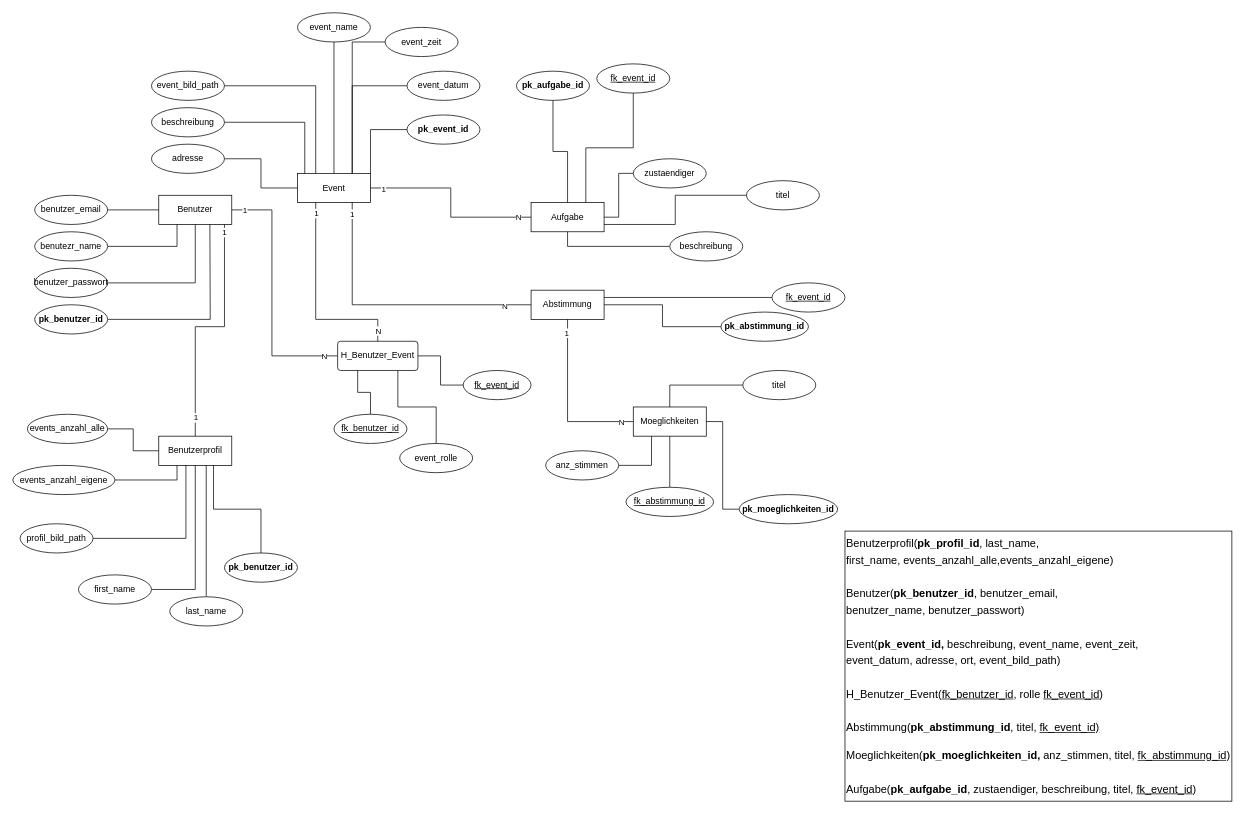
This is page "ER-Modell" (1 of 2) of Diagramme.drawio from olisonsturm/eventplaner, a draw.io file, before an edit. Source tidied: cells renumbered, new cells numbered last; positions are measured from the earlier drawing's top-left corner, leaving out a move shared by most shapes. Both pictures are drawn from the tidied source at 73%, with x=0, y=0 at pixel (12, 12).
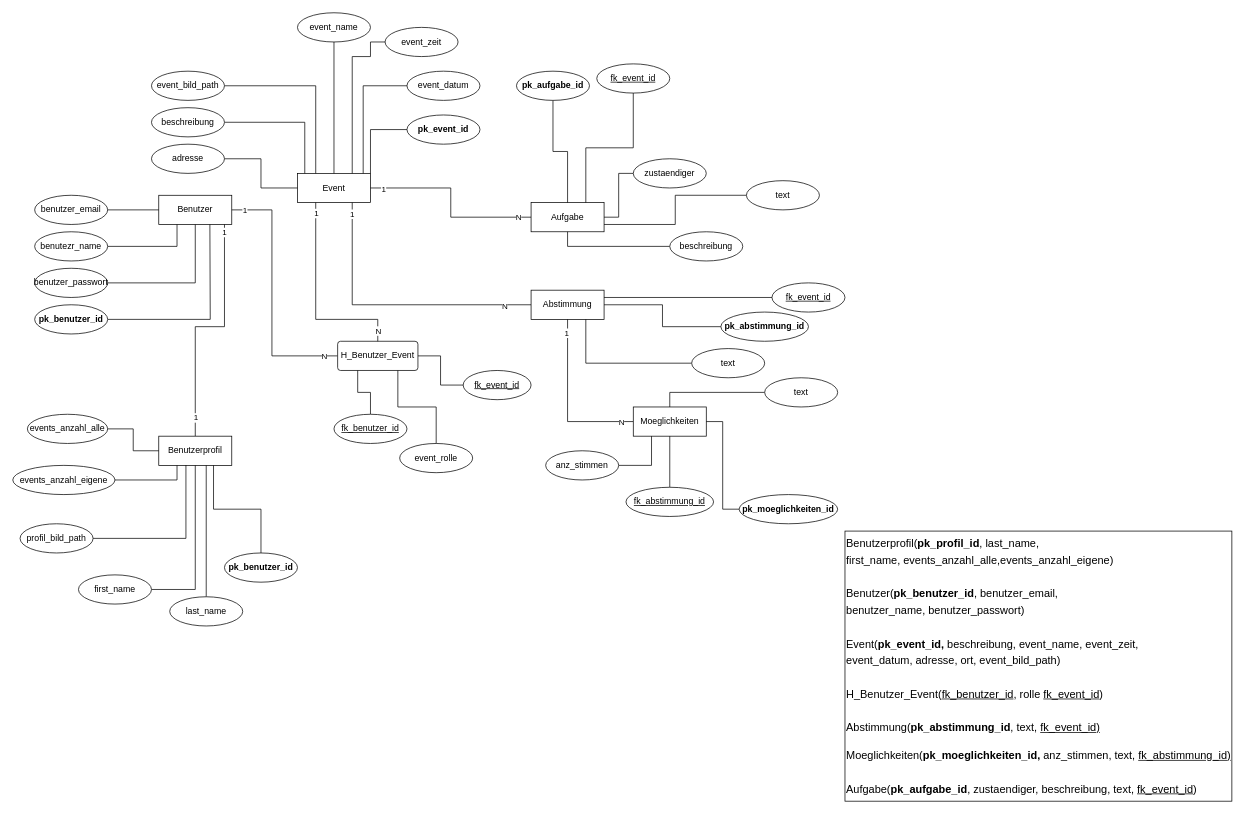
The same page after the edit.

Unchanged cells that the change refers to:
```xml
<mxCell id="38" value="Event" style="whiteSpace=wrap;html=1;align=center;" parent="1" vertex="1">
  <mxGeometry x="390" y="220" width="100" height="40" as="geometry" />
</mxCell>
<mxCell id="42" value="event_zeit" style="ellipse;whiteSpace=wrap;html=1;align=center;" parent="1" vertex="1">
  <mxGeometry x="510" y="20" width="100" height="40" as="geometry" />
</mxCell>
<mxCell id="50" value="event_datum" style="ellipse;whiteSpace=wrap;html=1;align=center;" parent="1" vertex="1">
  <mxGeometry x="540" y="80" width="100" height="40" as="geometry" />
</mxCell>
<mxCell id="64" value="Abstimmung" style="whiteSpace=wrap;html=1;align=center;" parent="1" vertex="1">
  <mxGeometry x="710" y="380" width="100" height="40" as="geometry" />
</mxCell>
<mxCell id="72" value="Moeglichkeiten" style="whiteSpace=wrap;html=1;align=center;" parent="1" vertex="1">
  <mxGeometry x="850" y="540" width="100" height="40" as="geometry" />
</mxCell>
```

Diff of the diagram source:
```diff
@@
-    <mxCell id="41" style="edgeStyle=orthogonalEdgeStyle;rounded=0;jettySize=auto;html=1;entryX=0.75;entryY=0;entryDx=0;entryDy=0;endArrow=none;endFill=0;" parent="1" edge="1" source="42" target="38">
-      <mxGeometry relative="1" as="geometry" />
+    <mxCell id="41" style="edgeStyle=orthogonalEdgeStyle;rounded=0;jettySize=auto;html=1;entryX=0.75;entryY=0;entryDx=0;entryDy=0;endArrow=none;endFill=0;exitX=0;exitY=0.5;exitDx=0;exitDy=0;" parent="1" edge="1" source="42" target="38">
+      <mxGeometry relative="1" as="geometry">
+        <Array as="points">
+          <mxPoint x="490" y="40" />
+          <mxPoint x="490" y="60" />
+          <mxPoint x="465" y="60" />
+        </Array>
+      </mxGeometry>
     </mxCell>
@@
-    <mxCell id="49" style="edgeStyle=orthogonalEdgeStyle;rounded=0;jettySize=auto;html=1;entryX=0.75;entryY=0;entryDx=0;entryDy=0;endArrow=none;endFill=0;" parent="1" edge="1" source="50" target="38">
-      <mxGeometry relative="1" as="geometry" />
+    <mxCell id="49" style="edgeStyle=orthogonalEdgeStyle;rounded=0;jettySize=auto;html=1;endArrow=none;endFill=0;" parent="1" edge="1" source="50">
+      <mxGeometry relative="1" as="geometry">
+        <mxPoint x="480" y="220" as="targetPoint" />
+        <Array as="points">
+          <mxPoint x="480" y="100" />
+          <mxPoint x="480" y="220" />
+        </Array>
+      </mxGeometry>
     </mxCell>
@@
-    <mxCell id="77" style="edgeStyle=orthogonalEdgeStyle;rounded=0;jettySize=auto;html=1;entryX=0.5;entryY=0;entryDx=0;entryDy=0;endArrow=none;endFill=0;" parent="1" edge="1" source="78" target="72">
-      <mxGeometry relative="1" as="geometry" />
-    </mxCell>
+    <mxCell id="91" style="rounded=0;jettySize=auto;html=1;entryX=0.75;entryY=1;entryDx=0;entryDy=0;exitX=0;exitY=0.5;exitDx=0;exitDy=0;edgeStyle=orthogonalEdgeStyle;endArrow=none;endFill=0;" parent="1" edge="1" source="78" target="64">
+      <mxGeometry relative="1" as="geometry" />
+    </mxCell>
-    <mxCell id="78" value="titel" style="ellipse;whiteSpace=wrap;html=1;align=center;" parent="1" vertex="1">
-      <mxGeometry x="1000" y="490" width="100" height="40" as="geometry" />
+    <mxCell id="78" value="text" style="ellipse;whiteSpace=wrap;html=1;align=center;" parent="1" vertex="1">
+      <mxGeometry x="930" y="460" width="100" height="40" as="geometry" />
     </mxCell>
@@
-    <mxCell id="82" value="titel" style="ellipse;whiteSpace=wrap;html=1;align=center;" parent="1" vertex="1">
+    <mxCell id="82" value="text" style="ellipse;whiteSpace=wrap;html=1;align=center;" parent="1" vertex="1">
       <mxGeometry x="1005" y="230" width="100" height="40" as="geometry" />
     </mxCell>
@@
-    <mxCell id="87" value="&lt;pre style=&quot;font-size: 15px; line-height: 140%;&quot;&gt;&lt;font face=&quot;Helvetica&quot; style=&quot;font-size: 15px;&quot;&gt;&lt;font style=&quot;font-size: 15px;&quot;&gt;Benutzerprofil(&lt;b style=&quot;font-size: 15px;&quot;&gt;pk_profil_id&lt;/b&gt;, last_name,&lt;br style=&quot;font-size: 15px;&quot;&gt;&lt;/font&gt;&lt;font style=&quot;font-size: 15px;&quot;&gt;first_name, events_anzahl_alle,events_anzahl_eigene) &lt;/font&gt;&lt;font style=&quot;font-size: 15px;&quot;&gt;&lt;br style=&quot;font-size: 15px;&quot;&gt;&lt;/font&gt;&lt;font style=&quot;font-size: 15px;&quot;&gt;&lt;br style=&quot;font-size: 15px;&quot;&gt;&lt;/font&gt;&lt;font style=&quot;font-size: 15px;&quot;&gt;Benutzer(&lt;b style=&quot;font-size: 15px;&quot;&gt;pk_benutzer_id&lt;/b&gt;, benutzer_email,&lt;br style=&quot;font-size: 15px;&quot;&gt;&lt;/font&gt;&lt;span style=&quot;font-size: 15px;&quot;&gt;benutzer_name, benutzer_passwort)&lt;/span&gt;&lt;font style=&quot;font-size: 15px;&quot;&gt;&lt;br style=&quot;font-size: 15px;&quot;&gt;&lt;/font&gt;&lt;font style=&quot;font-size: 15px;&quot;&gt;&lt;br style=&quot;font-size: 15px;&quot;&gt;&lt;/font&gt;&lt;font style=&quot;font-size: 15px;&quot;&gt;Event(&lt;b style=&quot;font-size: 15px;&quot;&gt;pk_event_id, &lt;/b&gt;beschreibung, event_name, event_zeit,&lt;br style=&quot;font-size: 15px;&quot;&gt;&lt;/font&gt;&lt;font style=&quot;font-size: 15px;&quot;&gt;event_datum, adresse, ort, event_bild_path)&lt;/font&gt;&lt;font style=&quot;font-size: 15px;&quot;&gt;&lt;br style=&quot;font-size: 15px;&quot;&gt;&lt;/font&gt;&lt;font style=&quot;font-size: 15px;&quot;&gt;&lt;br style=&quot;font-size: 15px;&quot;&gt;&lt;/font&gt;&lt;font style=&quot;font-size: 15px;&quot;&gt;H_Benutzer_Event(&lt;u style=&quot;font-size: 15px;&quot;&gt;fk_benutzer_id&lt;/u&gt;, rolle &lt;u style=&quot;font-size: 15px;&quot;&gt;fk_event_id&lt;/u&gt;)&lt;/font&gt;&lt;font style=&quot;font-size: 15px;&quot;&gt;&lt;br style=&quot;font-size: 15px;&quot;&gt;&lt;/font&gt;&lt;font style=&quot;font-size: 15px;&quot;&gt;&lt;br style=&quot;font-size: 15px;&quot;&gt;&lt;/font&gt;&lt;font style=&quot;font-size: 15px;&quot;&gt;Abstimmung(&lt;b style=&quot;font-size: 15px;&quot;&gt;pk_abstimmung_id&lt;/b&gt;, titel, &lt;u style=&quot;font-size: 15px;&quot;&gt;fk_event_id)&lt;/u&gt;&lt;/font&gt;&lt;/font&gt;&lt;/pre&gt;&lt;pre style=&quot;font-size: 15px; line-height: 140%;&quot;&gt;&lt;font face=&quot;Helvetica&quot; style=&quot;font-size: 15px;&quot;&gt;&lt;font style=&quot;font-size: 15px;&quot;&gt;Moeglichkeiten(&lt;b style=&quot;font-size: 15px;&quot;&gt;pk_moeglichkeiten_id, &lt;/b&gt;anz_stimmen, titel, &lt;u style=&quot;font-size: 15px;&quot;&gt;fk_abstimmung_id)&lt;br style=&quot;font-size: 15px;&quot;&gt;&lt;/u&gt;&lt;/font&gt;&lt;font style=&quot;font-size: 15px;&quot;&gt;&lt;br style=&quot;font-size: 15px;&quot;&gt;&lt;/font&gt;&lt;font style=&quot;font-size: 15px;&quot;&gt;Aufgabe(&lt;b style=&quot;font-size: 15px;&quot;&gt;pk_aufgabe_id&lt;/b&gt;, zustaendiger, beschreibung, titel, &lt;u style=&quot;font-size: 15px;&quot;&gt;fk_event_id&lt;/u&gt;)&lt;/font&gt;&lt;/font&gt;&lt;/pre&gt;" style="whiteSpace=wrap;html=1;align=left;fontSize=15;rounded=0;shadow=0;sketch=0;" parent="1" vertex="1">
+    <mxCell id="87" value="&lt;pre style=&quot;font-size: 15px ; line-height: 140%&quot;&gt;&lt;font face=&quot;Helvetica&quot; style=&quot;font-size: 15px&quot;&gt;&lt;font style=&quot;font-size: 15px&quot;&gt;Benutzerprofil(&lt;b style=&quot;font-size: 15px&quot;&gt;pk_profil_id&lt;/b&gt;, last_name,&lt;br style=&quot;font-size: 15px&quot;&gt;&lt;/font&gt;&lt;font style=&quot;font-size: 15px&quot;&gt;first_name, events_anzahl_alle,events_anzahl_eigene) &lt;/font&gt;&lt;font style=&quot;font-size: 15px&quot;&gt;&lt;br style=&quot;font-size: 15px&quot;&gt;&lt;/font&gt;&lt;font style=&quot;font-size: 15px&quot;&gt;&lt;br style=&quot;font-size: 15px&quot;&gt;&lt;/font&gt;&lt;font style=&quot;font-size: 15px&quot;&gt;Benutzer(&lt;b style=&quot;font-size: 15px&quot;&gt;pk_benutzer_id&lt;/b&gt;, benutzer_email,&lt;br style=&quot;font-size: 15px&quot;&gt;&lt;/font&gt;&lt;span style=&quot;font-size: 15px&quot;&gt;benutzer_name, benutzer_passwort)&lt;/span&gt;&lt;font style=&quot;font-size: 15px&quot;&gt;&lt;br style=&quot;font-size: 15px&quot;&gt;&lt;/font&gt;&lt;font style=&quot;font-size: 15px&quot;&gt;&lt;br style=&quot;font-size: 15px&quot;&gt;&lt;/font&gt;&lt;font style=&quot;font-size: 15px&quot;&gt;Event(&lt;b style=&quot;font-size: 15px&quot;&gt;pk_event_id, &lt;/b&gt;beschreibung, event_name, event_zeit,&lt;br style=&quot;font-size: 15px&quot;&gt;&lt;/font&gt;&lt;font style=&quot;font-size: 15px&quot;&gt;event_datum, adresse, ort, event_bild_path)&lt;/font&gt;&lt;font style=&quot;font-size: 15px&quot;&gt;&lt;br style=&quot;font-size: 15px&quot;&gt;&lt;/font&gt;&lt;font style=&quot;font-size: 15px&quot;&gt;&lt;br style=&quot;font-size: 15px&quot;&gt;&lt;/font&gt;&lt;font style=&quot;font-size: 15px&quot;&gt;H_Benutzer_Event(&lt;u style=&quot;font-size: 15px&quot;&gt;fk_benutzer_id&lt;/u&gt;, rolle &lt;u style=&quot;font-size: 15px&quot;&gt;fk_event_id&lt;/u&gt;)&lt;/font&gt;&lt;font style=&quot;font-size: 15px&quot;&gt;&lt;br style=&quot;font-size: 15px&quot;&gt;&lt;/font&gt;&lt;font style=&quot;font-size: 15px&quot;&gt;&lt;br style=&quot;font-size: 15px&quot;&gt;&lt;/font&gt;&lt;font style=&quot;font-size: 15px&quot;&gt;Abstimmung(&lt;b style=&quot;font-size: 15px&quot;&gt;pk_abstimmung_id&lt;/b&gt;, text, &lt;u style=&quot;font-size: 15px&quot;&gt;fk_event_id)&lt;/u&gt;&lt;/font&gt;&lt;/font&gt;&lt;/pre&gt;&lt;pre style=&quot;font-size: 15px ; line-height: 140%&quot;&gt;&lt;font face=&quot;Helvetica&quot; style=&quot;font-size: 15px&quot;&gt;&lt;font style=&quot;font-size: 15px&quot;&gt;Moeglichkeiten(&lt;b style=&quot;font-size: 15px&quot;&gt;pk_moeglichkeiten_id, &lt;/b&gt;anz_stimmen, text, &lt;u style=&quot;font-size: 15px&quot;&gt;fk_abstimmung_id)&lt;br style=&quot;font-size: 15px&quot;&gt;&lt;/u&gt;&lt;/font&gt;&lt;font style=&quot;font-size: 15px&quot;&gt;&lt;br style=&quot;font-size: 15px&quot;&gt;&lt;/font&gt;&lt;font style=&quot;font-size: 15px&quot;&gt;Aufgabe(&lt;b style=&quot;font-size: 15px&quot;&gt;pk_aufgabe_id&lt;/b&gt;, zustaendiger, beschreibung, text, &lt;u style=&quot;font-size: 15px&quot;&gt;fk_event_id&lt;/u&gt;)&lt;/font&gt;&lt;/font&gt;&lt;/pre&gt;" style="whiteSpace=wrap;html=1;align=left;fontSize=15;rounded=0;shadow=0;sketch=0;" parent="1" vertex="1">
       <mxGeometry x="1140" y="710" width="530" height="370" as="geometry" />
     </mxCell>
@@
+    <mxCell id="92" style="edgeStyle=orthogonalEdgeStyle;rounded=0;jettySize=auto;html=1;entryX=0.5;entryY=0;entryDx=0;entryDy=0;endArrow=none;endFill=0;" parent="1" edge="1" source="93" target="72">
+      <mxGeometry relative="1" as="geometry">
+        <Array as="points">
+          <mxPoint x="900" y="520" />
+        </Array>
+      </mxGeometry>
+    </mxCell>
+    <mxCell id="93" value="text" style="ellipse;whiteSpace=wrap;html=1;align=center;" parent="1" vertex="1">
+      <mxGeometry x="1030" y="500" width="100" height="40" as="geometry" />
+    </mxCell>
```
